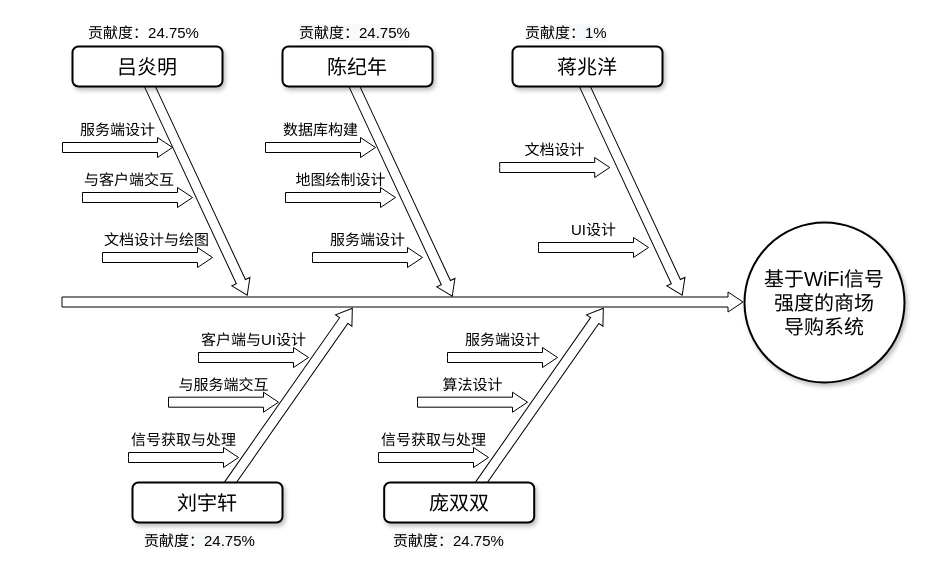
Above: graphs/division.drawio in Witchcraft-Jasper/SWIEAGO (draw.io), before the change. Source tidied: cells renumbered, new cells numbered last; positions are measured from the earlier drawing's top-left corner, leaving out a move shared by most shapes. Both pictures are drawn from the tidied source at 100%, with x=0, y=0 at pixel (72, -39).
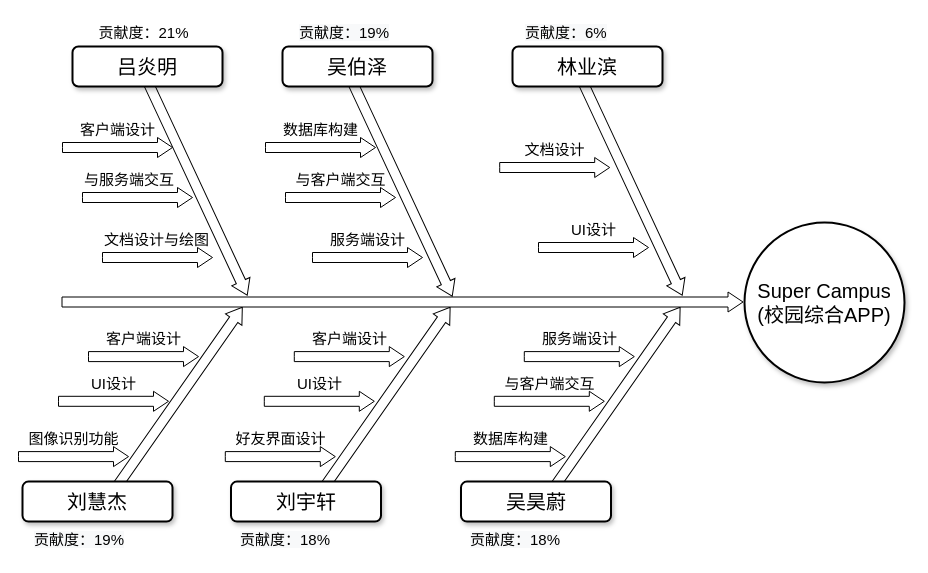
The same page after the edit.

The edit, as a diff of the source:
```diff
@@
+    <mxCell id="33" style="html=1;shadow=0;dashed=0;align=center;verticalAlign=middle;shape=mxgraph.arrows2.arrow;dy=0.5;dx=15;direction=north;notch=0;rounded=0;strokeWidth=1;fontSize=20;rotation=35;" parent="1" vertex="1">
+      <mxGeometry x="529" y="324.2" width="20" height="239.3" as="geometry" />
+    </mxCell>
     <mxCell id="2" style="html=1;shadow=0;dashed=0;align=center;verticalAlign=middle;shape=mxgraph.arrows2.arrow;dy=0.5;dx=15;direction=north;notch=0;rounded=0;strokeWidth=1;fontSize=20;rotation=35;" parent="1" vertex="1">
-      <mxGeometry x="204" y="326" width="20" height="229.5" as="geometry" />
+      <mxGeometry x="94" y="325.1" width="20" height="229.5" as="geometry" />
     </mxCell>
     <mxCell id="3" style="html=1;shadow=0;dashed=0;align=center;verticalAlign=middle;shape=mxgraph.arrows2.arrow;dy=0.5;dx=15;direction=north;notch=0;rounded=0;strokeWidth=1;fontSize=20;rotation=35;" parent="1" vertex="1">
-      <mxGeometry x="452.2" y="325.1" width="20" height="239.3" as="geometry" />
+      <mxGeometry x="299" y="324.2" width="20" height="239.3" as="geometry" />
     </mxCell>
@@
-    <mxCell id="9" value="陈纪年" style="rounded=1;whiteSpace=wrap;html=1;shadow=1;strokeWidth=2;fontSize=20;" parent="1" vertex="1">
+    <mxCell id="9" value="吴伯泽" style="rounded=1;whiteSpace=wrap;html=1;shadow=1;strokeWidth=2;fontSize=20;" parent="1" vertex="1">
       <mxGeometry x="210" y="85" width="150" height="40" as="geometry" />
     </mxCell>
-    <mxCell id="10" value="蒋兆洋" style="rounded=1;whiteSpace=wrap;html=1;shadow=1;strokeWidth=2;fontSize=20;" parent="1" vertex="1">
+    <mxCell id="10" value="林业滨" style="rounded=1;whiteSpace=wrap;html=1;shadow=1;strokeWidth=2;fontSize=20;" parent="1" vertex="1">
       <mxGeometry x="440" y="85" width="150" height="40" as="geometry" />
     </mxCell>
-    <mxCell id="11" value="刘宇轩" style="rounded=1;whiteSpace=wrap;html=1;shadow=1;strokeWidth=2;fontSize=20;" parent="1" vertex="1">
-      <mxGeometry x="60" y="521" width="150" height="40" as="geometry" />
+    <mxCell id="11" value="刘慧杰" style="rounded=1;whiteSpace=wrap;html=1;shadow=1;strokeWidth=2;fontSize=20;" parent="1" vertex="1">
+      <mxGeometry x="-50" y="520.1" width="150" height="40" as="geometry" />
     </mxCell>
-    <mxCell id="12" value="庞双双" style="rounded=1;whiteSpace=wrap;html=1;shadow=1;strokeWidth=2;fontSize=20;" parent="1" vertex="1">
-      <mxGeometry x="311.7" y="521" width="150" height="40" as="geometry" />
+    <mxCell id="12" value="刘宇轩" style="rounded=1;whiteSpace=wrap;html=1;shadow=1;strokeWidth=2;fontSize=20;" parent="1" vertex="1">
+      <mxGeometry x="158.5" y="520.1" width="150" height="40" as="geometry" />
     </mxCell>
-    <mxCell id="13" value="基于WiFi信号&lt;br&gt;强度的商场&lt;br&gt;导购系统" style="ellipse;whiteSpace=wrap;html=1;rounded=1;shadow=1;strokeWidth=2;fontSize=20;" parent="1" vertex="1">
+    <mxCell id="13" value="Super Campus&lt;br&gt;(校园综合APP)" style="ellipse;whiteSpace=wrap;html=1;rounded=1;shadow=1;strokeWidth=2;fontSize=20;" parent="1" vertex="1">
       <mxGeometry x="672" y="261" width="160" height="160" as="geometry" />
     </mxCell>
@@
-    <mxCell id="15" value="&lt;span style=&quot;font-size: 15px&quot;&gt;信号获取与处理&lt;/span&gt;" style="html=1;shadow=0;dashed=0;align=center;verticalAlign=middle;shape=mxgraph.arrows2.arrow;dy=0.5;dx=15;direction=north;notch=0;rounded=0;strokeWidth=1;fontSize=20;rotation=90;horizontal=0;labelPosition=left;verticalLabelPosition=middle;" parent="1" vertex="1">
-      <mxGeometry x="101" y="441" width="20" height="110" as="geometry" />
+    <mxCell id="15" value="&lt;span style=&quot;font-size: 15px&quot;&gt;图像识别功能&lt;/span&gt;" style="html=1;shadow=0;dashed=0;align=center;verticalAlign=middle;shape=mxgraph.arrows2.arrow;dy=0.5;dx=15;direction=north;notch=0;rounded=0;strokeWidth=1;fontSize=20;rotation=90;horizontal=0;labelPosition=left;verticalLabelPosition=middle;" parent="1" vertex="1">
+      <mxGeometry x="-9" y="440.1" width="20" height="110" as="geometry" />
     </mxCell>
-    <mxCell id="16" value="&lt;font style=&quot;font-size: 15px&quot;&gt;信号获取与处理&lt;/font&gt;" style="html=1;shadow=0;dashed=0;align=center;verticalAlign=middle;shape=mxgraph.arrows2.arrow;dy=0.5;dx=15;direction=north;notch=0;rounded=0;strokeWidth=1;fontSize=20;rotation=90;horizontal=0;labelPosition=left;verticalLabelPosition=middle;" parent="1" vertex="1">
-      <mxGeometry x="351" y="441" width="20" height="110" as="geometry" />
+    <mxCell id="16" value="&lt;span style=&quot;font-size: 15px&quot;&gt;好友界面设计&lt;/span&gt;" style="html=1;shadow=0;dashed=0;align=center;verticalAlign=middle;shape=mxgraph.arrows2.arrow;dy=0.5;dx=15;direction=north;notch=0;rounded=0;strokeWidth=1;fontSize=20;rotation=90;horizontal=0;labelPosition=left;verticalLabelPosition=middle;" parent="1" vertex="1">
+      <mxGeometry x="197.8" y="440.1" width="20" height="110" as="geometry" />
     </mxCell>
-    <mxCell id="17" value="&lt;font style=&quot;font-size: 15px&quot;&gt;与服务端交互&lt;/font&gt;" style="html=1;shadow=0;dashed=0;align=center;verticalAlign=middle;shape=mxgraph.arrows2.arrow;dy=0.5;dx=15;direction=north;notch=0;rounded=0;strokeWidth=1;fontSize=20;rotation=90;horizontal=0;labelPosition=left;verticalLabelPosition=middle;" parent="1" vertex="1">
-      <mxGeometry x="141" y="385.7" width="20" height="110" as="geometry" />
+    <mxCell id="17" value="&lt;span style=&quot;font-size: 15px&quot;&gt;UI设计&lt;/span&gt;" style="html=1;shadow=0;dashed=0;align=center;verticalAlign=middle;shape=mxgraph.arrows2.arrow;dy=0.5;dx=15;direction=north;notch=0;rounded=0;strokeWidth=1;fontSize=20;rotation=90;horizontal=0;labelPosition=left;verticalLabelPosition=middle;" parent="1" vertex="1">
+      <mxGeometry x="31" y="384.8" width="20" height="110" as="geometry" />
     </mxCell>
-    <mxCell id="18" value="&lt;font style=&quot;font-size: 15px&quot;&gt;算法设计&lt;/font&gt;" style="html=1;shadow=0;dashed=0;align=center;verticalAlign=middle;shape=mxgraph.arrows2.arrow;dy=0.5;dx=15;direction=north;notch=0;rounded=0;strokeWidth=1;fontSize=20;rotation=90;horizontal=0;labelPosition=left;verticalLabelPosition=middle;" parent="1" vertex="1">
-      <mxGeometry x="390" y="385.7" width="20" height="110" as="geometry" />
+    <mxCell id="18" value="&lt;font style=&quot;font-size: 15px&quot;&gt;UI设计&lt;/font&gt;" style="html=1;shadow=0;dashed=0;align=center;verticalAlign=middle;shape=mxgraph.arrows2.arrow;dy=0.5;dx=15;direction=north;notch=0;rounded=0;strokeWidth=1;fontSize=20;rotation=90;horizontal=0;labelPosition=left;verticalLabelPosition=middle;" parent="1" vertex="1">
+      <mxGeometry x="236.8" y="384.8" width="20" height="110" as="geometry" />
     </mxCell>
@@
-    <mxCell id="20" value="&lt;font style=&quot;font-size: 15px&quot;&gt;客户端与UI设计&lt;/font&gt;" style="html=1;shadow=0;dashed=0;align=center;verticalAlign=middle;shape=mxgraph.arrows2.arrow;dy=0.5;dx=15;direction=north;notch=0;rounded=0;strokeWidth=1;fontSize=20;rotation=90;horizontal=0;labelPosition=left;verticalLabelPosition=middle;" parent="1" vertex="1">
-      <mxGeometry x="171" y="341" width="20" height="110" as="geometry" />
+    <mxCell id="20" value="&lt;font style=&quot;font-size: 15px&quot;&gt;客户端设计&lt;/font&gt;" style="html=1;shadow=0;dashed=0;align=center;verticalAlign=middle;shape=mxgraph.arrows2.arrow;dy=0.5;dx=15;direction=north;notch=0;rounded=0;strokeWidth=1;fontSize=20;rotation=90;horizontal=0;labelPosition=left;verticalLabelPosition=middle;" parent="1" vertex="1">
+      <mxGeometry x="61" y="340.1" width="20" height="110" as="geometry" />
     </mxCell>
@@
-    <mxCell id="22" value="&lt;font style=&quot;font-size: 15px&quot;&gt;与客户端交互&lt;br&gt;&lt;/font&gt;" style="html=1;shadow=0;dashed=0;align=left;verticalAlign=middle;shape=mxgraph.arrows2.arrow;dy=0.5;dx=15;direction=north;notch=0;rounded=0;strokeWidth=1;fontSize=20;rotation=90;horizontal=0;labelPosition=left;verticalLabelPosition=middle;" parent="1" vertex="1">
+    <mxCell id="22" value="&lt;font style=&quot;font-size: 15px&quot;&gt;与服务端交互&lt;br&gt;&lt;/font&gt;" style="html=1;shadow=0;dashed=0;align=left;verticalAlign=middle;shape=mxgraph.arrows2.arrow;dy=0.5;dx=15;direction=north;notch=0;rounded=0;strokeWidth=1;fontSize=20;rotation=90;horizontal=0;labelPosition=left;verticalLabelPosition=middle;" parent="1" vertex="1">
       <mxGeometry x="55" y="181" width="20" height="110" as="geometry" />
     </mxCell>
-    <mxCell id="23" value="&lt;font style=&quot;font-size: 15px&quot;&gt;服务端设计&lt;/font&gt;" style="html=1;shadow=0;dashed=0;align=center;verticalAlign=middle;shape=mxgraph.arrows2.arrow;dy=0.5;dx=15;direction=north;notch=0;rounded=0;strokeWidth=1;fontSize=20;rotation=90;horizontal=0;labelPosition=left;verticalLabelPosition=middle;" parent="1" vertex="1">
+    <mxCell id="23" value="&lt;font style=&quot;font-size: 15px&quot;&gt;客户端设计&lt;/font&gt;" style="html=1;shadow=0;dashed=0;align=center;verticalAlign=middle;shape=mxgraph.arrows2.arrow;dy=0.5;dx=15;direction=north;notch=0;rounded=0;strokeWidth=1;fontSize=20;rotation=90;horizontal=0;labelPosition=left;verticalLabelPosition=middle;" parent="1" vertex="1">
       <mxGeometry x="35" y="131" width="20" height="110" as="geometry" />
     </mxCell>
@@
-    <mxCell id="25" value="&lt;span style=&quot;font-size: 15px&quot;&gt;地图绘制设计&lt;br&gt;&lt;/span&gt;" style="html=1;shadow=0;dashed=0;align=center;verticalAlign=middle;shape=mxgraph.arrows2.arrow;dy=0.5;dx=15;direction=north;notch=0;rounded=0;strokeWidth=1;fontSize=20;rotation=90;horizontal=0;labelPosition=left;verticalLabelPosition=middle;" parent="1" vertex="1">
+    <mxCell id="25" value="&lt;span style=&quot;font-size: 15px&quot;&gt;与客户端交互&lt;br&gt;&lt;/span&gt;" style="html=1;shadow=0;dashed=0;align=center;verticalAlign=middle;shape=mxgraph.arrows2.arrow;dy=0.5;dx=15;direction=north;notch=0;rounded=0;strokeWidth=1;fontSize=20;rotation=90;horizontal=0;labelPosition=left;verticalLabelPosition=middle;" parent="1" vertex="1">
       <mxGeometry x="258" y="181" width="20" height="110" as="geometry" />
     </mxCell>
-    <mxCell id="26" value="&lt;font style=&quot;font-size: 15px&quot;&gt;服务端设计&lt;/font&gt;" style="html=1;shadow=0;dashed=0;align=center;verticalAlign=middle;shape=mxgraph.arrows2.arrow;dy=0.5;dx=15;direction=north;notch=0;rounded=0;strokeWidth=1;fontSize=20;rotation=90;horizontal=0;labelPosition=left;verticalLabelPosition=middle;" parent="1" vertex="1">
-      <mxGeometry x="420" y="341" width="20" height="110" as="geometry" />
+    <mxCell id="26" value="&lt;font style=&quot;font-size: 15px&quot;&gt;客户端设计&lt;/font&gt;" style="html=1;shadow=0;dashed=0;align=center;verticalAlign=middle;shape=mxgraph.arrows2.arrow;dy=0.5;dx=15;direction=north;notch=0;rounded=0;strokeWidth=1;fontSize=20;rotation=90;horizontal=0;labelPosition=left;verticalLabelPosition=middle;" parent="1" vertex="1">
+      <mxGeometry x="266.8" y="340.1" width="20" height="110" as="geometry" />
     </mxCell>
@@
-    <mxCell id="28" value="&lt;font style=&quot;font-size: 15px&quot;&gt;贡献度：24.75%&lt;/font&gt;" style="text;html=1;align=center;verticalAlign=middle;strokeColor=none;" parent="1" vertex="1">
-      <mxGeometry x="6" y="61" width="130" height="20" as="geometry" />
+    <mxCell id="28" value="&lt;font style=&quot;font-size: 15px&quot;&gt;贡献度：21%&lt;/font&gt;" style="text;html=1;align=center;verticalAlign=middle;strokeColor=none;" parent="1" vertex="1">
+      <mxGeometry x="16" y="61" width="110" height="20" as="geometry" />
     </mxCell>
-    <mxCell id="29" value="&lt;span style=&quot;color: rgb(0, 0, 0); font-family: helvetica; font-size: 15px; font-style: normal; font-weight: 400; letter-spacing: normal; text-align: center; text-indent: 0px; text-transform: none; word-spacing: 0px; background-color: rgb(248, 249, 250); display: inline; float: none;&quot;&gt;贡献度：24.75%&lt;/span&gt;" style="text;whiteSpace=wrap;html=1;" parent="1" vertex="1">
+    <mxCell id="29" value="&lt;span style=&quot;color: rgb(0 , 0 , 0) ; font-family: &amp;#34;helvetica&amp;#34; ; font-size: 15px ; font-style: normal ; font-weight: 400 ; letter-spacing: normal ; text-align: center ; text-indent: 0px ; text-transform: none ; word-spacing: 0px ; background-color: rgb(248 , 249 , 250) ; display: inline ; float: none&quot;&gt;贡献度：19%&lt;/span&gt;" style="text;whiteSpace=wrap;html=1;" parent="1" vertex="1">
       <mxGeometry x="225" y="56" width="140" height="30" as="geometry" />
     </mxCell>
-    <mxCell id="30" value="&lt;span style=&quot;color: rgb(0, 0, 0); font-family: helvetica; font-size: 15px; font-style: normal; font-weight: 400; letter-spacing: normal; text-align: center; text-indent: 0px; text-transform: none; word-spacing: 0px; background-color: rgb(248, 249, 250); display: inline; float: none;&quot;&gt;贡献度：24.75%&lt;/span&gt;" style="text;whiteSpace=wrap;html=1;" parent="1" vertex="1">
-      <mxGeometry x="70" y="564.3" width="140" height="30" as="geometry" />
+    <mxCell id="30" value="&lt;span style=&quot;color: rgb(0 , 0 , 0) ; font-family: &amp;#34;helvetica&amp;#34; ; font-size: 15px ; font-style: normal ; font-weight: 400 ; letter-spacing: normal ; text-align: center ; text-indent: 0px ; text-transform: none ; word-spacing: 0px ; background-color: rgb(248 , 249 , 250) ; display: inline ; float: none&quot;&gt;贡献度：19%&lt;/span&gt;" style="text;whiteSpace=wrap;html=1;" parent="1" vertex="1">
+      <mxGeometry x="-40" y="563.4" width="140" height="30" as="geometry" />
     </mxCell>
-    <mxCell id="31" value="&lt;span style=&quot;color: rgb(0, 0, 0); font-family: helvetica; font-size: 15px; font-style: normal; font-weight: 400; letter-spacing: normal; text-align: center; text-indent: 0px; text-transform: none; word-spacing: 0px; background-color: rgb(248, 249, 250); display: inline; float: none;&quot;&gt;贡献度：24.75%&lt;/span&gt;" style="text;whiteSpace=wrap;html=1;" parent="1" vertex="1">
-      <mxGeometry x="319" y="564.3" width="140" height="30" as="geometry" />
+    <mxCell id="31" value="&lt;span style=&quot;color: rgb(0 , 0 , 0) ; font-family: &amp;#34;helvetica&amp;#34; ; font-size: 15px ; font-style: normal ; font-weight: 400 ; letter-spacing: normal ; text-align: center ; text-indent: 0px ; text-transform: none ; word-spacing: 0px ; background-color: rgb(248 , 249 , 250) ; display: inline ; float: none&quot;&gt;贡献度：18%&lt;/span&gt;" style="text;whiteSpace=wrap;html=1;" parent="1" vertex="1">
+      <mxGeometry x="165.8" y="563.4" width="140" height="30" as="geometry" />
     </mxCell>
-    <mxCell id="32" value="&lt;span style=&quot;color: rgb(0 , 0 , 0) ; font-family: &amp;#34;helvetica&amp;#34; ; font-size: 15px ; font-style: normal ; font-weight: 400 ; letter-spacing: normal ; text-align: center ; text-indent: 0px ; text-transform: none ; word-spacing: 0px ; background-color: rgb(248 , 249 , 250) ; display: inline ; float: none&quot;&gt;贡献度：1%&lt;/span&gt;" style="text;whiteSpace=wrap;html=1;" parent="1" vertex="1">
+    <mxCell id="32" value="&lt;span style=&quot;color: rgb(0 , 0 , 0) ; font-family: &amp;#34;helvetica&amp;#34; ; font-size: 15px ; font-style: normal ; font-weight: 400 ; letter-spacing: normal ; text-align: center ; text-indent: 0px ; text-transform: none ; word-spacing: 0px ; background-color: rgb(248 , 249 , 250) ; display: inline ; float: none&quot;&gt;贡献度：6%&lt;/span&gt;" style="text;whiteSpace=wrap;html=1;" parent="1" vertex="1">
       <mxGeometry x="451" y="56" width="140" height="30" as="geometry" />
     </mxCell>
+    <mxCell id="34" value="吴昊蔚" style="rounded=1;whiteSpace=wrap;html=1;shadow=1;strokeWidth=2;fontSize=20;" parent="1" vertex="1">
+      <mxGeometry x="388.5" y="520.1" width="150" height="40" as="geometry" />
+    </mxCell>
+    <mxCell id="35" value="&lt;font style=&quot;font-size: 15px&quot;&gt;数据库构建&lt;/font&gt;" style="html=1;shadow=0;dashed=0;align=center;verticalAlign=middle;shape=mxgraph.arrows2.arrow;dy=0.5;dx=15;direction=north;notch=0;rounded=0;strokeWidth=1;fontSize=20;rotation=90;horizontal=0;labelPosition=left;verticalLabelPosition=middle;" parent="1" vertex="1">
+      <mxGeometry x="427.8" y="440.1" width="20" height="110" as="geometry" />
+    </mxCell>
+    <mxCell id="36" value="&lt;span style=&quot;font-size: 15px&quot;&gt;与客户端交互&lt;/span&gt;" style="html=1;shadow=0;dashed=0;align=center;verticalAlign=middle;shape=mxgraph.arrows2.arrow;dy=0.5;dx=15;direction=north;notch=0;rounded=0;strokeWidth=1;fontSize=20;rotation=90;horizontal=0;labelPosition=left;verticalLabelPosition=middle;" parent="1" vertex="1">
+      <mxGeometry x="466.8" y="384.8" width="20" height="110" as="geometry" />
+    </mxCell>
+    <mxCell id="37" value="&lt;font style=&quot;font-size: 15px&quot;&gt;服务端设计&lt;/font&gt;" style="html=1;shadow=0;dashed=0;align=center;verticalAlign=middle;shape=mxgraph.arrows2.arrow;dy=0.5;dx=15;direction=north;notch=0;rounded=0;strokeWidth=1;fontSize=20;rotation=90;horizontal=0;labelPosition=left;verticalLabelPosition=middle;" parent="1" vertex="1">
+      <mxGeometry x="496.8" y="340.1" width="20" height="110" as="geometry" />
+    </mxCell>
+    <mxCell id="38" value="&lt;span style=&quot;color: rgb(0 , 0 , 0) ; font-family: &amp;#34;helvetica&amp;#34; ; font-size: 15px ; font-style: normal ; font-weight: 400 ; letter-spacing: normal ; text-align: center ; text-indent: 0px ; text-transform: none ; word-spacing: 0px ; background-color: rgb(248 , 249 , 250) ; display: inline ; float: none&quot;&gt;贡献度：18%&lt;/span&gt;" style="text;whiteSpace=wrap;html=1;" parent="1" vertex="1">
+      <mxGeometry x="395.8" y="563.4" width="140" height="30" as="geometry" />
+    </mxCell>
```
